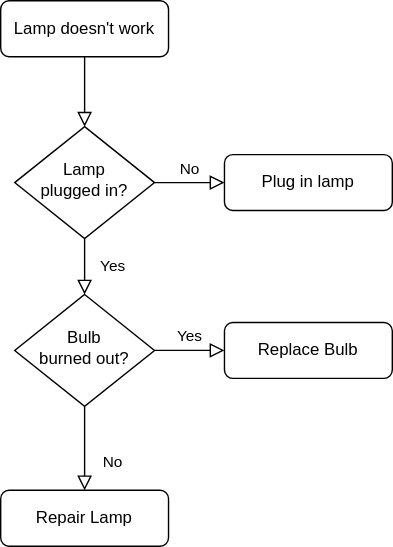
The draw.io diagram Procedure.svg in Rtoax/2D3D-TI-FD-RTM-cuda, before a commit. Source tidied: cells renumbered, new cells last; positions are measured from the earlier drawing's top-left corner, leaving out a move shared by most shapes.
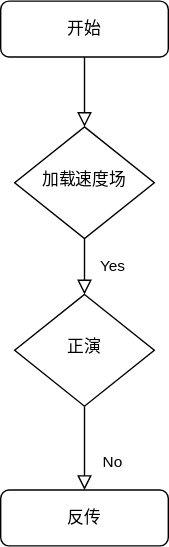
Above is the later version.

What changed in the source:
```diff
@@ -5,35 +5,23 @@
     <mxCell id="2" style="rounded=0;html=1;jettySize=auto;fontSize=11;endArrow=block;endFill=0;endSize=8;strokeWidth=1;shadow=0;labelBackgroundColor=none;edgeStyle=orthogonalEdgeStyle;" parent="1" edge="1" source="3" target="6">
       <mxGeometry relative="1" as="geometry" />
     </mxCell>
-    <mxCell id="3" value="Lamp doesn't work" style="rounded=1;whiteSpace=wrap;html=1;fontSize=12;glass=0;strokeWidth=1;shadow=0;" parent="1" vertex="1">
+    <mxCell id="3" value="开始" style="rounded=1;whiteSpace=wrap;html=1;fontSize=12;glass=0;strokeWidth=1;shadow=0;" parent="1" vertex="1">
       <mxGeometry width="120" height="40" as="geometry" />
     </mxCell>
     <mxCell id="4" value="Yes" style="rounded=0;html=1;jettySize=auto;fontSize=11;endArrow=block;endFill=0;endSize=8;strokeWidth=1;shadow=0;labelBackgroundColor=none;edgeStyle=orthogonalEdgeStyle;" parent="1" edge="1" source="6" target="10">
       <mxGeometry y="20" relative="1" as="geometry" />
     </mxCell>
-    <mxCell id="5" value="No" style="edgeStyle=orthogonalEdgeStyle;rounded=0;html=1;jettySize=auto;fontSize=11;endArrow=block;endFill=0;endSize=8;strokeWidth=1;shadow=0;labelBackgroundColor=none;" parent="1" edge="1" source="6" target="7">
-      <mxGeometry y="10" relative="1" as="geometry" />
-    </mxCell>
-    <mxCell id="6" value="Lamp&lt;br&gt;plugged in?" style="rhombus;whiteSpace=wrap;html=1;shadow=0;fontFamily=Helvetica;fontSize=12;align=center;strokeWidth=1;spacing=6;spacingTop=-4;" parent="1" vertex="1">
+    <mxCell id="6" value="加载速度场" style="rhombus;whiteSpace=wrap;html=1;shadow=0;fontFamily=Helvetica;fontSize=12;align=center;strokeWidth=1;spacing=6;spacingTop=-4;" parent="1" vertex="1">
       <mxGeometry x="10" y="90" width="100" height="80" as="geometry" />
     </mxCell>
-    <mxCell id="7" value="Plug in lamp" style="rounded=1;whiteSpace=wrap;html=1;fontSize=12;glass=0;strokeWidth=1;shadow=0;" parent="1" vertex="1">
-      <mxGeometry x="160" y="110" width="120" height="40" as="geometry" />
-    </mxCell>
     <mxCell id="8" value="No" style="rounded=0;html=1;jettySize=auto;fontSize=11;endArrow=block;endFill=0;endSize=8;strokeWidth=1;shadow=0;labelBackgroundColor=none;edgeStyle=orthogonalEdgeStyle;" parent="1" edge="1" source="10" target="11">
       <mxGeometry x="0.33" y="20" relative="1" as="geometry" />
     </mxCell>
-    <mxCell id="9" value="Yes" style="edgeStyle=orthogonalEdgeStyle;rounded=0;html=1;jettySize=auto;fontSize=11;endArrow=block;endFill=0;endSize=8;strokeWidth=1;shadow=0;labelBackgroundColor=none;" parent="1" edge="1" source="10" target="12">
-      <mxGeometry y="10" relative="1" as="geometry" />
-    </mxCell>
-    <mxCell id="10" value="Bulb&lt;br&gt;burned out?" style="rhombus;whiteSpace=wrap;html=1;shadow=0;fontFamily=Helvetica;fontSize=12;align=center;strokeWidth=1;spacing=6;spacingTop=-4;" parent="1" vertex="1">
+    <mxCell id="10" value="正演" style="rhombus;whiteSpace=wrap;html=1;shadow=0;fontFamily=Helvetica;fontSize=12;align=center;strokeWidth=1;spacing=6;spacingTop=-4;" parent="1" vertex="1">
       <mxGeometry x="10" y="210" width="100" height="80" as="geometry" />
     </mxCell>
-    <mxCell id="11" value="Repair Lamp" style="rounded=1;whiteSpace=wrap;html=1;fontSize=12;glass=0;strokeWidth=1;shadow=0;" parent="1" vertex="1">
+    <mxCell id="11" value="反传" style="rounded=1;whiteSpace=wrap;html=1;fontSize=12;glass=0;strokeWidth=1;shadow=0;" parent="1" vertex="1">
       <mxGeometry y="350" width="120" height="40" as="geometry" />
     </mxCell>
-    <mxCell id="12" value="Replace Bulb" style="rounded=1;whiteSpace=wrap;html=1;fontSize=12;glass=0;strokeWidth=1;shadow=0;" parent="1" vertex="1">
-      <mxGeometry x="160" y="230" width="120" height="40" as="geometry" />
-    </mxCell>
   </root>
 </mxGraphModel>
```
